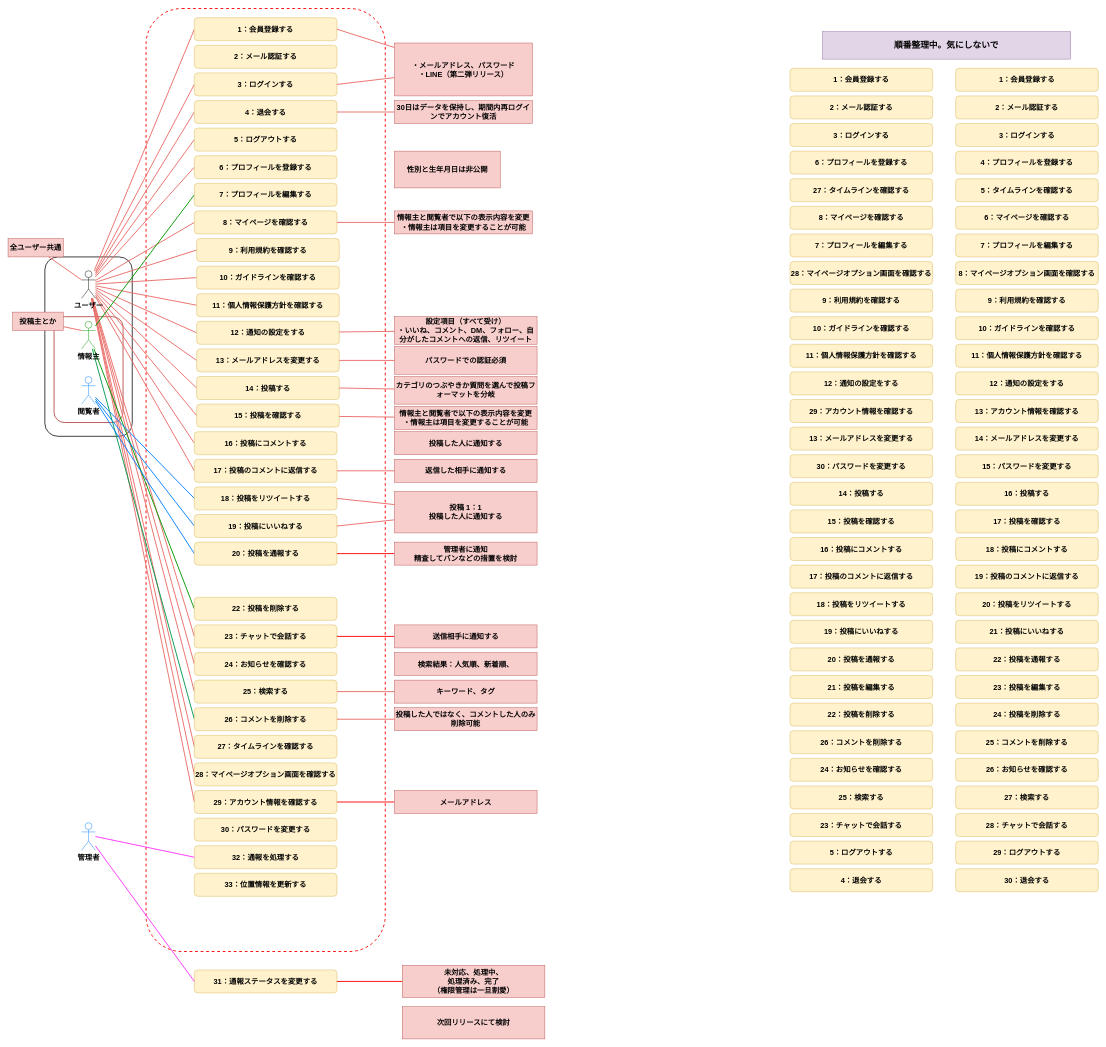
haseryo0403/VenTal keeps this draw.io diagram as page "ユースケース図" (1 of 4) of modeling.drawio. Above is the earlier version. Source tidied: cells renumbered, new cells numbered last; positions are measured from the earlier drawing's top-left corner, leaving out a move shared by most shapes. Both pictures are drawn from the tidied source at 46%, with x=0, y=0 at pixel (8, 8).
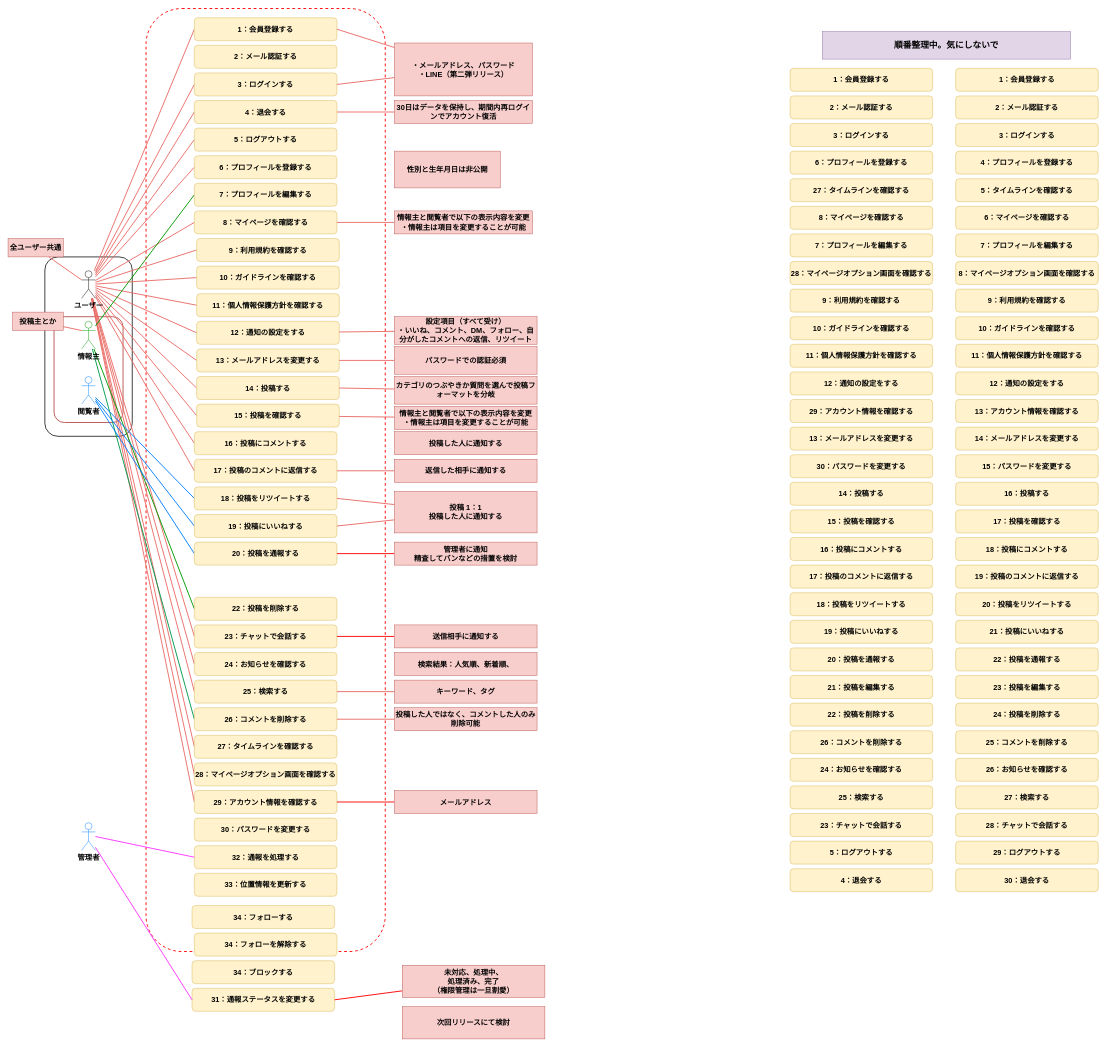
After the change.

Change to the diagram source:
```diff
@@
     <mxCell id="161" value="&lt;span style=&quot;background-color: initial;&quot;&gt;31：通報ステータスを変更する&lt;/span&gt;" style="rounded=1;whiteSpace=wrap;html=1;strokeColor=#d6b656;align=center;verticalAlign=middle;fontFamily=Helvetica;fontSize=16;fontStyle=1;fillColor=#fff2cc;" parent="1" vertex="1">
-      <mxGeometry x="405" y="2090" width="310" height="50" as="geometry" />
+      <mxGeometry x="400" y="2130" width="310" height="50" as="geometry" />
     </mxCell>
@@
+    <mxCell id="172" value="34&lt;span style=&quot;background-color: initial;&quot;&gt;：フォローする&lt;/span&gt;" style="rounded=1;whiteSpace=wrap;html=1;strokeColor=#d6b656;align=center;verticalAlign=middle;fontFamily=Helvetica;fontSize=16;fontStyle=1;fillColor=#fff2cc;" parent="1" vertex="1">
+      <mxGeometry x="400" y="1950" width="310" height="50" as="geometry" />
+    </mxCell>
+    <mxCell id="173" value="34&lt;span style=&quot;background-color: initial;&quot;&gt;：フォローを解除する&lt;/span&gt;" style="rounded=1;whiteSpace=wrap;html=1;strokeColor=#d6b656;align=center;verticalAlign=middle;fontFamily=Helvetica;fontSize=16;fontStyle=1;fillColor=#fff2cc;" parent="1" vertex="1">
+      <mxGeometry x="405" y="2010" width="310" height="50" as="geometry" />
+    </mxCell>
+    <mxCell id="174" value="34&lt;span style=&quot;background-color: initial;&quot;&gt;：ブロックする&lt;/span&gt;" style="rounded=1;whiteSpace=wrap;html=1;strokeColor=#d6b656;align=center;verticalAlign=middle;fontFamily=Helvetica;fontSize=16;fontStyle=1;fillColor=#fff2cc;" parent="1" vertex="1">
+      <mxGeometry x="400" y="2070" width="310" height="50" as="geometry" />
+    </mxCell>
```
